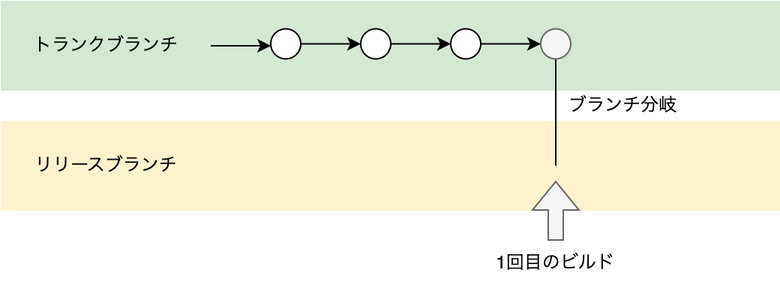
Earlier version of the draw.io export images/mobile-trunk-based-release-strategy/trunk-based-regular-release_01.png (shotaIDE/zenn). Source tidied: cells renumbered, new cells last; positions are measured from the earlier drawing's top-left corner, leaving out a move shared by most shapes.
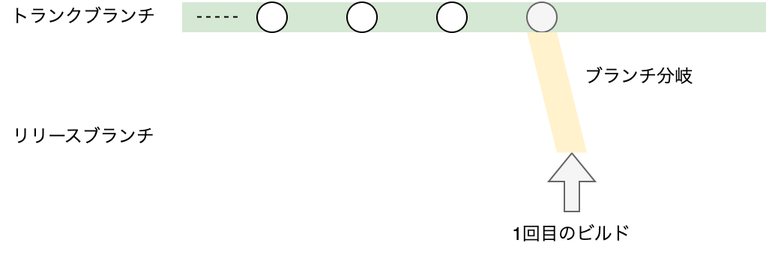
Later version of the same file.

The edit, as a diff of the source:
```diff
@@ -2,64 +2,47 @@
   <root>
     <mxCell id="0" />
     <mxCell id="1" parent="0" />
-    <mxCell id="2" style="rounded=0;whiteSpace=wrap;html=1;fillColor=#fff2cc;strokeColor=none;" parent="1" vertex="1">
-      <mxGeometry y="80" width="520" height="60" as="geometry" />
+    <mxCell id="2" style="rounded=0;whiteSpace=wrap;html=1;fillColor=#d5e8d4;strokeColor=none;" parent="1" vertex="1">
+      <mxGeometry x="130" y="20" width="390" height="20" as="geometry" />
     </mxCell>
-    <mxCell id="3" style="rounded=0;whiteSpace=wrap;html=1;fillColor=#d5e8d4;strokeColor=none;" parent="1" vertex="1">
-      <mxGeometry width="520" height="60" as="geometry" />
+    <mxCell id="3" style="ellipse;whiteSpace=wrap;html=1;" parent="1" vertex="1">
+      <mxGeometry x="180" y="20" width="20" height="20" as="geometry" />
     </mxCell>
-    <mxCell id="4" style="edgeStyle=orthogonalEdgeStyle;rounded=0;jettySize=auto;html=1;" parent="1" edge="1" target="6">
-      <mxGeometry relative="1" as="geometry">
-        <mxPoint x="140" y="30" as="sourcePoint" />
-        <Array as="points">
-          <mxPoint x="150" y="30" />
-          <mxPoint x="150" y="30" />
-        </Array>
-      </mxGeometry>
+    <mxCell id="4" style="ellipse;whiteSpace=wrap;html=1;" parent="1" vertex="1">
+      <mxGeometry x="240" y="20" width="20" height="20" as="geometry" />
     </mxCell>
-    <mxCell id="5" style="edgeStyle=orthogonalEdgeStyle;rounded=0;jettySize=auto;html=1;" parent="1" edge="1" source="6" target="8">
-      <mxGeometry relative="1" as="geometry" />
+    <mxCell id="5" style="ellipse;whiteSpace=wrap;html=1;" parent="1" vertex="1">
+      <mxGeometry x="300" y="20" width="20" height="20" as="geometry" />
     </mxCell>
-    <mxCell id="6" style="ellipse;whiteSpace=wrap;html=1;" parent="1" vertex="1">
-      <mxGeometry x="180" y="18.8" width="20" height="20" as="geometry" />
+    <mxCell id="6" style="ellipse;whiteSpace=wrap;html=1;fillColor=#f5f5f5;strokeColor=#666666;fontColor=#333333;" parent="1" vertex="1">
+      <mxGeometry x="360" y="20" width="20" height="20" as="geometry" />
     </mxCell>
-    <mxCell id="7" style="edgeStyle=orthogonalEdgeStyle;rounded=0;jettySize=auto;html=1;entryX=0;entryY=0.5;entryDx=0;entryDy=0;" parent="1" edge="1" source="8" target="10">
-      <mxGeometry relative="1" as="geometry" />
+    <mxCell id="7" value="トランクブランチ" style="text;html=1;strokeColor=none;fillColor=none;align=center;verticalAlign=middle;whiteSpace=wrap;rounded=0;" parent="1" vertex="1">
+      <mxGeometry x="9" y="18.8" width="111" height="22.5" as="geometry" />
     </mxCell>
-    <mxCell id="8" style="ellipse;whiteSpace=wrap;html=1;" parent="1" vertex="1">
-      <mxGeometry x="240" y="18.8" width="20" height="20" as="geometry" />
+    <mxCell id="8" value="リリースブランチ" style="text;html=1;strokeColor=none;fillColor=none;align=center;verticalAlign=middle;whiteSpace=wrap;rounded=0;" parent="1" vertex="1">
+      <mxGeometry x="14" y="100" width="101" height="20" as="geometry" />
     </mxCell>
-    <mxCell id="9" style="edgeStyle=orthogonalEdgeStyle;rounded=0;jettySize=auto;html=1;entryX=0;entryY=0.5;entryDx=0;entryDy=0;" parent="1" edge="1" source="10" target="12">
-      <mxGeometry relative="1" as="geometry" />
+    <mxCell id="9" style="shape=flexArrow;endArrow=classic;html=1;rounded=0;fillColor=#f5f5f5;strokeColor=#666666;" parent="1" edge="1">
+      <mxGeometry relative="1" as="geometry">
+        <mxPoint x="390" y="160" as="sourcePoint" />
+        <mxPoint x="390" y="120" as="targetPoint" />
+      </mxGeometry>
     </mxCell>
-    <mxCell id="10" style="ellipse;whiteSpace=wrap;html=1;" parent="1" vertex="1">
-      <mxGeometry x="300" y="18.8" width="20" height="20" as="geometry" />
+    <mxCell id="10" value="1回目のビルド" style="text;html=1;align=center;verticalAlign=middle;whiteSpace=wrap;rounded=0;fontFamily=Helvetica;fontSize=12;fontColor=default;" parent="1" vertex="1">
+      <mxGeometry x="340" y="160" width="100" height="30" as="geometry" />
     </mxCell>
-    <mxCell id="11" style="edgeStyle=orthogonalEdgeStyle;rounded=0;jettySize=auto;html=1;endArrow=none;endFill=0;" parent="1" edge="1" source="12">
-      <mxGeometry relative="1" as="geometry">
-        <mxPoint x="370" y="110" as="targetPoint" />
-      </mxGeometry>
+    <mxCell id="11" value="ブランチ分岐" style="text;html=1;align=center;verticalAlign=middle;whiteSpace=wrap;rounded=0;fontFamily=Helvetica;fontSize=12;fontColor=default;" parent="1" vertex="1">
+      <mxGeometry x="390" y="55" width="90" height="30" as="geometry" />
     </mxCell>
-    <mxCell id="12" style="ellipse;whiteSpace=wrap;html=1;fillColor=#f5f5f5;strokeColor=#666666;fontColor=#333333;" parent="1" vertex="1">
-      <mxGeometry x="360" y="18.8" width="20" height="20" as="geometry" />
+    <mxCell id="12" style="shape=parallelogram;perimeter=parallelogramPerimeter;whiteSpace=wrap;html=1;fixedSize=1;fillColor=#fff2cc;strokeColor=none;flipH=1;" parent="1" vertex="1">
+      <mxGeometry x="360" y="40" width="40" height="80.2" as="geometry" />
     </mxCell>
-    <mxCell id="13" value="トランクブランチ" style="text;html=1;strokeColor=none;fillColor=none;align=center;verticalAlign=middle;whiteSpace=wrap;rounded=0;" parent="1" vertex="1">
-      <mxGeometry x="14.5" y="18.8" width="111" height="22.5" as="geometry" />
+    <mxCell id="13" style="endArrow=none;html=1;rounded=0;dashed=1;endFill=0;" parent="1" edge="1">
+      <mxGeometry relative="1" as="geometry">
+        <mxPoint x="140" y="29.8" as="sourcePoint" />
+        <mxPoint x="170" y="29.8" as="targetPoint" />
+      </mxGeometry>
     </mxCell>
-    <mxCell id="14" value="リリースブランチ" style="text;html=1;strokeColor=none;fillColor=none;align=center;verticalAlign=middle;whiteSpace=wrap;rounded=0;" parent="1" vertex="1">
-      <mxGeometry x="19.5" y="100" width="101" height="20" as="geometry" />
-    </mxCell>
-    <mxCell id="15" style="shape=flexArrow;endArrow=classic;html=1;rounded=0;fillColor=#f5f5f5;strokeColor=#666666;" parent="1" edge="1">
-      <mxGeometry relative="1" as="geometry">
-        <mxPoint x="370" y="160" as="sourcePoint" />
-        <mxPoint x="370" y="120" as="targetPoint" />
-      </mxGeometry>
-    </mxCell>
-    <mxCell id="16" value="1回目のビルド" style="text;html=1;align=center;verticalAlign=middle;whiteSpace=wrap;rounded=0;fontFamily=Helvetica;fontSize=12;fontColor=default;" parent="1" vertex="1">
-      <mxGeometry x="320" y="160" width="100" height="30" as="geometry" />
-    </mxCell>
-    <mxCell id="17" value="ブランチ分岐" style="text;html=1;align=center;verticalAlign=middle;whiteSpace=wrap;rounded=0;fontFamily=Helvetica;fontSize=12;fontColor=default;" parent="1" vertex="1">
-      <mxGeometry x="370" y="55" width="90" height="30" as="geometry" />
-    </mxCell>
   </root>
 </mxGraphModel>
```
